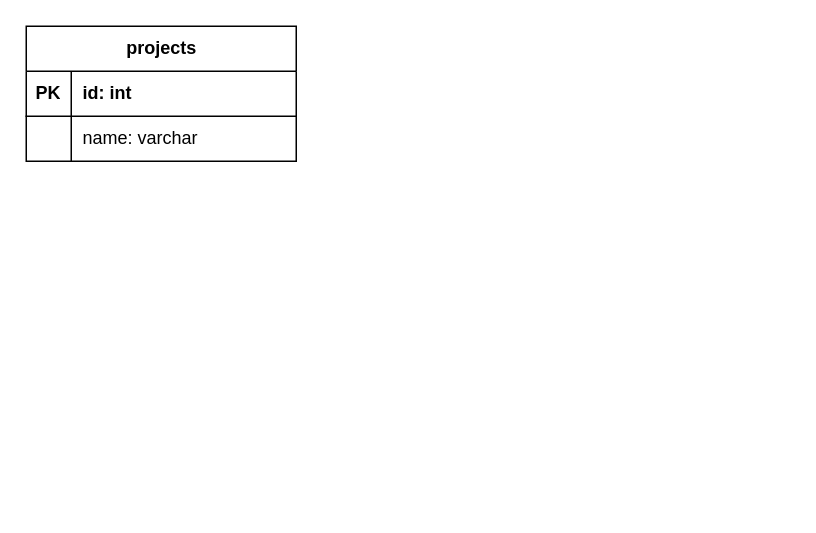
Before: backend/docs/DER.drawio in guilhermepk/APS-2-WEB-3, a draw.io diagram. Source tidied: cells renumbered, new cells numbered last; positions are measured from the earlier drawing's top-left corner, leaving out a move shared by most shapes. Both pictures are drawn from the tidied source at 150%, with x=0, y=0 at pixel (26, 26).
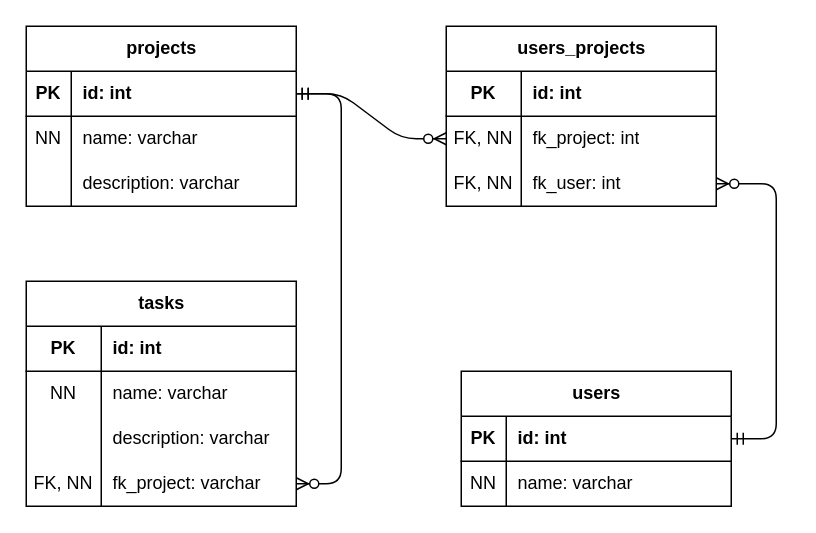
The same diagram, later.

Commit message:
Diagrama de Entidade e Relacionamento

The change refers to these unchanged cells:
```xml
<mxCell id="3" style="shape=tableRow;horizontal=0;startSize=0;swimlaneHead=0;swimlaneBody=0;fillColor=none;points=[[0,0.5],[1,0.5]];portConstraint=eastwest;top=0;left=0;right=0;bottom=1;" parent="2" vertex="1">
  <mxGeometry y="30" width="180" height="30" as="geometry" />
</mxCell>
<mxCell id="6" style="shape=tableRow;horizontal=0;startSize=0;swimlaneHead=0;swimlaneBody=0;fillColor=none;top=0;left=0;right=0;bottom=0;" parent="2" vertex="1">
  <mxGeometry y="60" width="180" height="30" as="geometry" />
</mxCell>
```

Diff of the diagram source:
```diff
@@
     <mxCell id="2" value="projects" style="shape=table;startSize=30;childLayout=tableLayout;rowLines=0;fontStyle=1;align=center;html=1;" parent="1" vertex="1">
-      <mxGeometry width="180" height="90" as="geometry" />
+      <mxGeometry width="180" height="120" as="geometry" />
     </mxCell>
@@
-    <mxCell id="7" style="shape=partialRectangle;fillColor=none;top=0;left=0;bottom=0;right=0;overflow=hidden;whiteSpace=wrap;html=1;" parent="6" vertex="1">
+    <mxCell id="7" value="NN" style="shape=partialRectangle;fillColor=none;top=0;left=0;bottom=0;right=0;overflow=hidden;whiteSpace=wrap;html=1;" parent="6" vertex="1">
       <mxGeometry width="30" height="30" as="geometry" />
     </mxCell>
@@
+    <mxCell id="9" style="shape=tableRow;horizontal=0;startSize=0;swimlaneHead=0;swimlaneBody=0;fillColor=none;top=0;left=0;right=0;bottom=0;" parent="2" vertex="1">
+      <mxGeometry y="90" width="180" height="30" as="geometry" />
+    </mxCell>
+    <mxCell id="10" style="shape=partialRectangle;fillColor=none;top=0;left=0;bottom=0;right=0;overflow=hidden;whiteSpace=wrap;html=1;" parent="9" vertex="1">
+      <mxGeometry width="30" height="30" as="geometry" />
+    </mxCell>
+    <mxCell id="11" value="description: varchar" style="shape=partialRectangle;fillColor=none;top=0;left=0;bottom=0;right=0;align=left;spacingLeft=6;overflow=hidden;whiteSpace=wrap;html=1;" parent="9" vertex="1">
+      <mxGeometry x="30" width="150" height="30" as="geometry" />
+    </mxCell>
+    <mxCell id="12" value="users" style="shape=table;startSize=30;childLayout=tableLayout;rowLines=0;fontStyle=1;align=center;html=1;" parent="1" vertex="1">
+      <mxGeometry x="290" y="230" width="180" height="90" as="geometry" />
+    </mxCell>
+    <mxCell id="13" style="shape=tableRow;horizontal=0;startSize=0;swimlaneHead=0;swimlaneBody=0;fillColor=none;points=[[0,0.5],[1,0.5]];portConstraint=eastwest;top=0;left=0;right=0;bottom=1;" parent="12" vertex="1">
+      <mxGeometry y="30" width="180" height="30" as="geometry" />
+    </mxCell>
+    <mxCell id="14" value="PK" style="shape=partialRectangle;fillColor=none;top=0;left=0;bottom=0;right=0;fontStyle=1;overflow=hidden;whiteSpace=wrap;html=1;" parent="13" vertex="1">
+      <mxGeometry width="30" height="30" as="geometry" />
+    </mxCell>
+    <mxCell id="15" value="id: int" style="shape=partialRectangle;fillColor=none;top=0;left=0;bottom=0;right=0;align=left;spacingLeft=6;fontStyle=1;overflow=hidden;whiteSpace=wrap;html=1;" parent="13" vertex="1">
+      <mxGeometry x="30" width="150" height="30" as="geometry" />
+    </mxCell>
+    <mxCell id="16" style="shape=tableRow;horizontal=0;startSize=0;swimlaneHead=0;swimlaneBody=0;fillColor=none;top=0;left=0;right=0;bottom=0;" parent="12" vertex="1">
+      <mxGeometry y="60" width="180" height="30" as="geometry" />
+    </mxCell>
+    <mxCell id="17" value="NN" style="shape=partialRectangle;fillColor=none;top=0;left=0;bottom=0;right=0;overflow=hidden;whiteSpace=wrap;html=1;" parent="16" vertex="1">
+      <mxGeometry width="30" height="30" as="geometry" />
+    </mxCell>
+    <mxCell id="18" value="name: varchar" style="shape=partialRectangle;fillColor=none;top=0;left=0;bottom=0;right=0;align=left;spacingLeft=6;overflow=hidden;whiteSpace=wrap;html=1;" parent="16" vertex="1">
+      <mxGeometry x="30" width="150" height="30" as="geometry" />
+    </mxCell>
+    <mxCell id="19" value="users_projects" style="shape=table;startSize=30;childLayout=tableLayout;rowLines=0;fontStyle=1;align=center;html=1;" parent="1" vertex="1">
+      <mxGeometry x="280" width="180" height="120" as="geometry" />
+    </mxCell>
+    <mxCell id="20" style="shape=tableRow;horizontal=0;startSize=0;swimlaneHead=0;swimlaneBody=0;fillColor=none;top=0;left=0;right=0;bottom=1;" parent="19" vertex="1">
+      <mxGeometry y="30" width="180" height="30" as="geometry" />
+    </mxCell>
+    <mxCell id="21" value="PK" style="shape=partialRectangle;fillColor=none;top=0;left=0;bottom=0;right=0;fontStyle=1;overflow=hidden;whiteSpace=wrap;html=1;" parent="20" vertex="1">
+      <mxGeometry width="50" height="30" as="geometry" />
+    </mxCell>
+    <mxCell id="22" value="id: int" style="shape=partialRectangle;fillColor=none;top=0;left=0;bottom=0;right=0;align=left;spacingLeft=6;fontStyle=1;overflow=hidden;whiteSpace=wrap;html=1;" parent="20" vertex="1">
+      <mxGeometry x="50" width="130" height="30" as="geometry" />
+    </mxCell>
+    <mxCell id="23" style="shape=tableRow;horizontal=0;startSize=0;swimlaneHead=0;swimlaneBody=0;fillColor=none;points=[[0,0.5],[1,0.5]];portConstraint=eastwest;top=0;left=0;right=0;bottom=0;" parent="19" vertex="1">
+      <mxGeometry y="60" width="180" height="30" as="geometry" />
+    </mxCell>
+    <mxCell id="24" value="FK, NN" style="shape=partialRectangle;fillColor=none;top=0;left=0;bottom=0;right=0;overflow=hidden;whiteSpace=wrap;html=1;" parent="23" vertex="1">
+      <mxGeometry width="50" height="30" as="geometry" />
+    </mxCell>
+    <mxCell id="25" value="fk_project: int" style="shape=partialRectangle;fillColor=none;top=0;left=0;bottom=0;right=0;align=left;spacingLeft=6;overflow=hidden;whiteSpace=wrap;html=1;" parent="23" vertex="1">
+      <mxGeometry x="50" width="130" height="30" as="geometry" />
+    </mxCell>
+    <mxCell id="26" style="shape=tableRow;horizontal=0;startSize=0;swimlaneHead=0;swimlaneBody=0;fillColor=none;points=[[0,0.5],[1,0.5]];portConstraint=eastwest;top=0;left=0;right=0;bottom=0;" parent="19" vertex="1">
+      <mxGeometry y="90" width="180" height="30" as="geometry" />
+    </mxCell>
+    <mxCell id="27" value="FK, NN" style="shape=partialRectangle;fillColor=none;top=0;left=0;bottom=0;right=0;overflow=hidden;whiteSpace=wrap;html=1;" parent="26" vertex="1">
+      <mxGeometry width="50" height="30" as="geometry" />
+    </mxCell>
+    <mxCell id="28" value="fk_user: int" style="shape=partialRectangle;fillColor=none;top=0;left=0;bottom=0;right=0;align=left;spacingLeft=6;overflow=hidden;whiteSpace=wrap;html=1;" parent="26" vertex="1">
+      <mxGeometry x="50" width="130" height="30" as="geometry" />
+    </mxCell>
+    <mxCell id="29" style="edgeStyle=entityRelationEdgeStyle;fontSize=12;html=1;endArrow=ERzeroToMany;startArrow=ERmandOne;" parent="1" edge="1" source="3" target="23">
+      <mxGeometry relative="1" as="geometry" />
+    </mxCell>
+    <mxCell id="30" style="edgeStyle=entityRelationEdgeStyle;fontSize=12;html=1;endArrow=ERzeroToMany;startArrow=ERmandOne;" parent="1" edge="1" source="13" target="26">
+      <mxGeometry relative="1" as="geometry" />
+    </mxCell>
+    <mxCell id="31" value="tasks" style="shape=table;startSize=30;childLayout=tableLayout;rowLines=0;fontStyle=1;align=center;html=1;" parent="1" vertex="1">
+      <mxGeometry y="170" width="180" height="150" as="geometry" />
+    </mxCell>
+    <mxCell id="32" style="shape=tableRow;horizontal=0;startSize=0;swimlaneHead=0;swimlaneBody=0;fillColor=none;top=0;left=0;right=0;bottom=1;" parent="31" vertex="1">
+      <mxGeometry y="30" width="180" height="30" as="geometry" />
+    </mxCell>
+    <mxCell id="33" value="PK" style="shape=partialRectangle;fillColor=none;top=0;left=0;bottom=0;right=0;fontStyle=1;overflow=hidden;whiteSpace=wrap;html=1;" parent="32" vertex="1">
+      <mxGeometry width="50" height="30" as="geometry" />
+    </mxCell>
+    <mxCell id="34" value="id: int" style="shape=partialRectangle;fillColor=none;top=0;left=0;bottom=0;right=0;align=left;spacingLeft=6;fontStyle=1;overflow=hidden;whiteSpace=wrap;html=1;" parent="32" vertex="1">
+      <mxGeometry x="50" width="130" height="30" as="geometry" />
+    </mxCell>
+    <mxCell id="35" style="shape=tableRow;horizontal=0;startSize=0;swimlaneHead=0;swimlaneBody=0;fillColor=none;top=0;left=0;right=0;bottom=0;" parent="31" vertex="1">
+      <mxGeometry y="60" width="180" height="30" as="geometry" />
+    </mxCell>
+    <mxCell id="36" value="NN" style="shape=partialRectangle;fillColor=none;top=0;left=0;bottom=0;right=0;overflow=hidden;whiteSpace=wrap;html=1;" parent="35" vertex="1">
+      <mxGeometry width="50" height="30" as="geometry" />
+    </mxCell>
+    <mxCell id="37" value="name: varchar" style="shape=partialRectangle;fillColor=none;top=0;left=0;bottom=0;right=0;align=left;spacingLeft=6;overflow=hidden;whiteSpace=wrap;html=1;" parent="35" vertex="1">
+      <mxGeometry x="50" width="130" height="30" as="geometry" />
+    </mxCell>
+    <mxCell id="38" style="shape=tableRow;horizontal=0;startSize=0;swimlaneHead=0;swimlaneBody=0;fillColor=none;top=0;left=0;right=0;bottom=0;" parent="31" vertex="1">
+      <mxGeometry y="90" width="180" height="30" as="geometry" />
+    </mxCell>
+    <mxCell id="39" style="shape=partialRectangle;fillColor=none;top=0;left=0;bottom=0;right=0;overflow=hidden;whiteSpace=wrap;html=1;" parent="38" vertex="1">
+      <mxGeometry width="50" height="30" as="geometry" />
+    </mxCell>
+    <mxCell id="40" value="description: varchar" style="shape=partialRectangle;fillColor=none;top=0;left=0;bottom=0;right=0;align=left;spacingLeft=6;overflow=hidden;whiteSpace=wrap;html=1;" parent="38" vertex="1">
+      <mxGeometry x="50" width="130" height="30" as="geometry" />
+    </mxCell>
+    <mxCell id="41" style="shape=tableRow;horizontal=0;startSize=0;swimlaneHead=0;swimlaneBody=0;fillColor=none;points=[[0,0.5],[1,0.5]];portConstraint=eastwest;top=0;left=0;right=0;bottom=0;" parent="31" vertex="1">
+      <mxGeometry y="120" width="180" height="30" as="geometry" />
+    </mxCell>
+    <mxCell id="42" value="FK, NN" style="shape=partialRectangle;fillColor=none;top=0;left=0;bottom=0;right=0;overflow=hidden;whiteSpace=wrap;html=1;" parent="41" vertex="1">
+      <mxGeometry width="50" height="30" as="geometry" />
+    </mxCell>
+    <mxCell id="43" value="fk_project: varchar" style="shape=partialRectangle;fillColor=none;top=0;left=0;bottom=0;right=0;align=left;spacingLeft=6;overflow=hidden;whiteSpace=wrap;html=1;" parent="41" vertex="1">
+      <mxGeometry x="50" width="130" height="30" as="geometry" />
+    </mxCell>
+    <mxCell id="44" style="edgeStyle=entityRelationEdgeStyle;fontSize=12;html=1;endArrow=ERzeroToMany;startArrow=ERmandOne;" parent="1" edge="1" source="3" target="41">
+      <mxGeometry relative="1" as="geometry" />
+    </mxCell>
```
